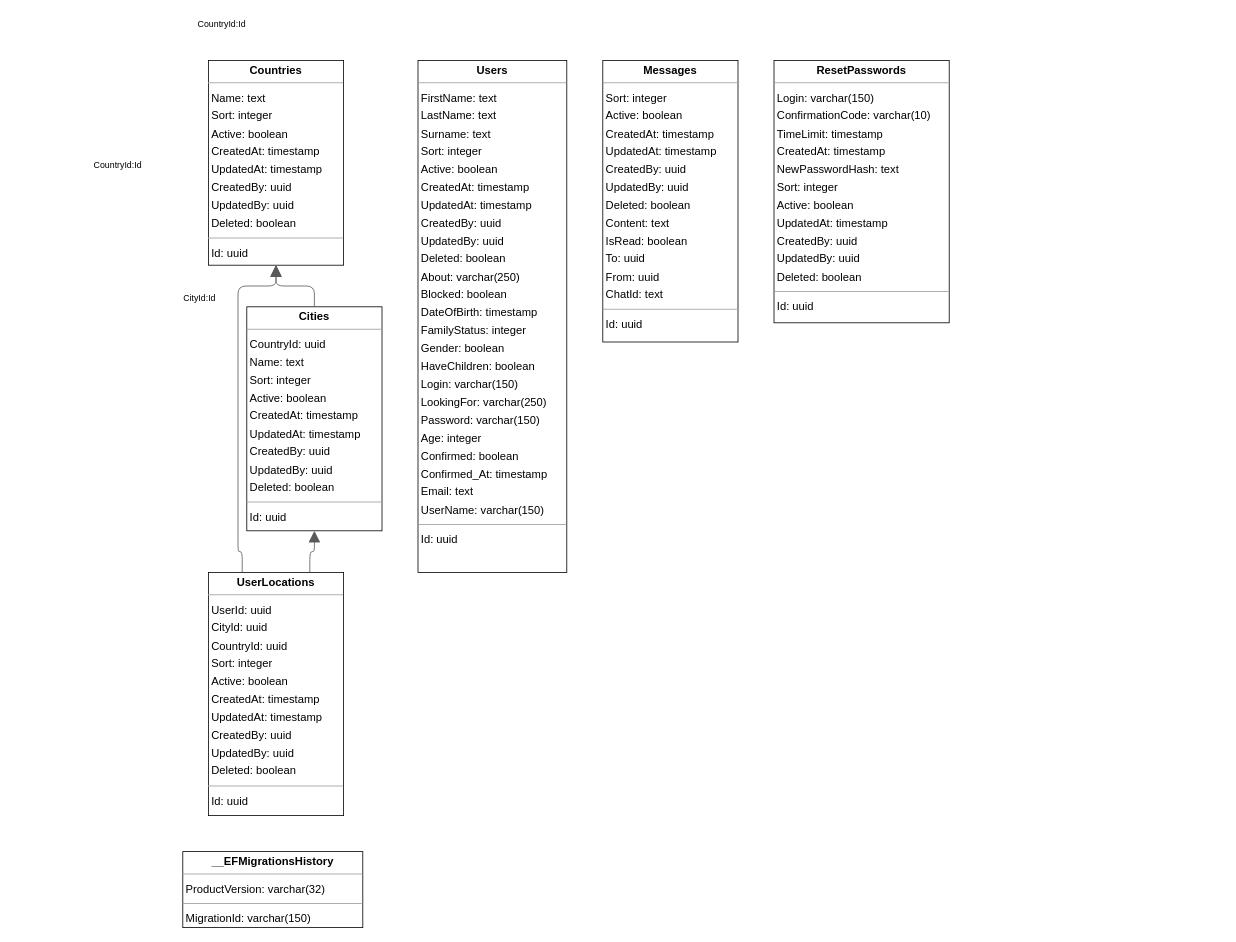
This is docs/Схема сущностей БД/public.drawio from kirill-karpin/meet4you, a draw.io file, before an edit. Source tidied: cells renumbered, new cells numbered last; positions are measured from the earlier drawing's top-left corner, leaving out a move shared by most shapes. Both pictures are drawn from the tidied source at 80%, with x=0, y=0 at pixel (182, 60).
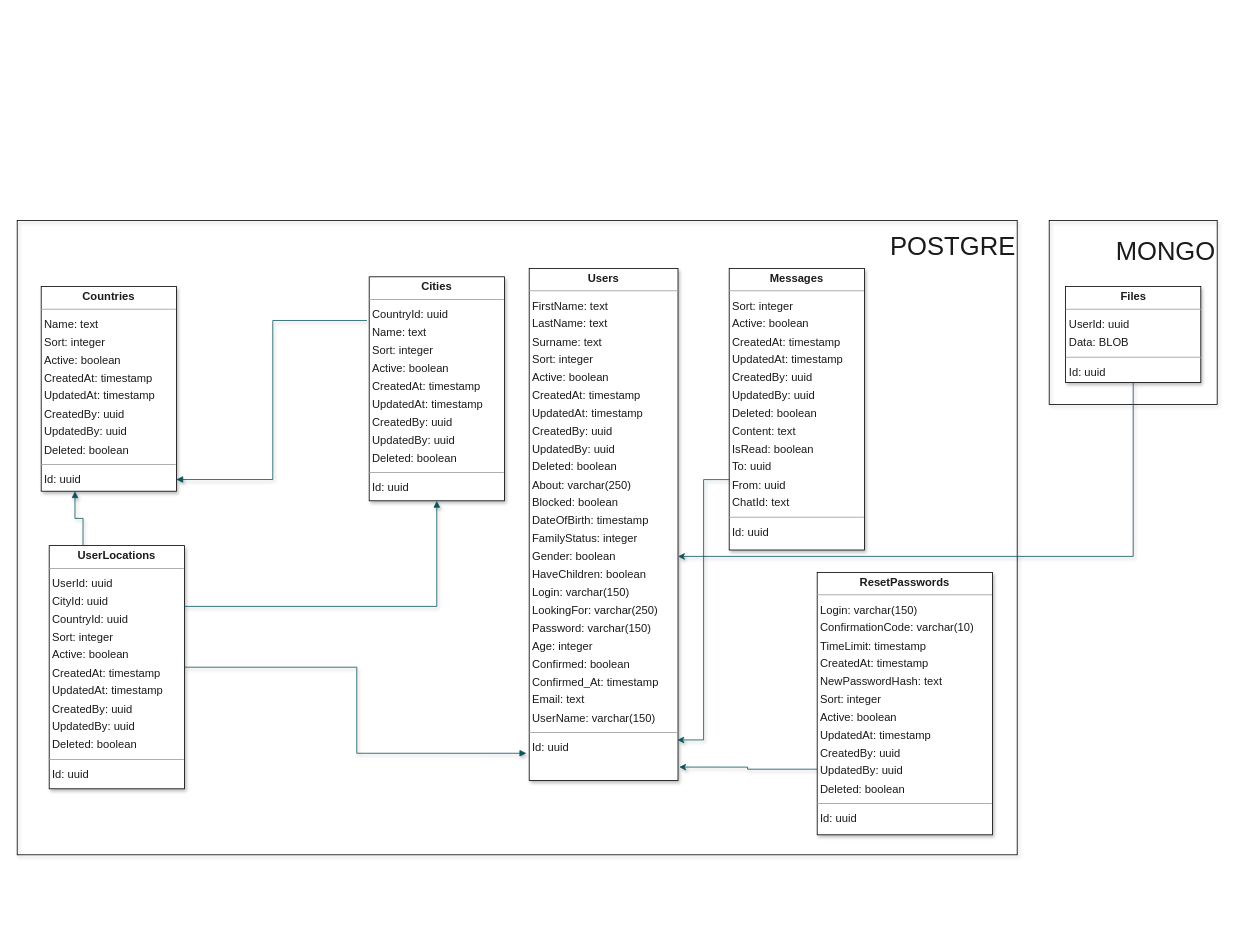
The same diagram, later.

Diff of the diagram source:
```diff
@@
-<mxGraphModel>
+<mxGraphModel background="#ffffff">
@@
+    <mxCell id="15" value="MONGO&lt;br&gt;&lt;br&gt;&lt;br&gt;&lt;br&gt;&lt;br&gt;" style="rounded=0;whiteSpace=wrap;html=1;strokeColor=#000000;fontSize=32;fontColor=#1A1A1A;fillColor=none;align=right;shadow=1;" parent="1" vertex="1">
+      <mxGeometry x="1083" y="200" width="210" height="230" as="geometry" />
+    </mxCell>
+    <mxCell id="16" value="&lt;div style=&quot;text-align: justify;&quot;&gt;&lt;span style=&quot;font-size: 32px; background-color: initial;&quot;&gt;POSTGRE&lt;/span&gt;&lt;/div&gt;&lt;div style=&quot;text-align: justify;&quot;&gt;&lt;span style=&quot;font-size: 32px; background-color: initial;&quot;&gt;&lt;br&gt;&lt;/span&gt;&lt;/div&gt;&lt;div style=&quot;text-align: justify;&quot;&gt;&lt;span style=&quot;font-size: 32px; background-color: initial;&quot;&gt;&lt;br&gt;&lt;/span&gt;&lt;/div&gt;&lt;div style=&quot;text-align: justify;&quot;&gt;&lt;span style=&quot;font-size: 32px; background-color: initial;&quot;&gt;&lt;br&gt;&lt;/span&gt;&lt;/div&gt;&lt;div style=&quot;text-align: justify;&quot;&gt;&lt;span style=&quot;font-size: 32px; background-color: initial;&quot;&gt;&lt;br&gt;&lt;/span&gt;&lt;/div&gt;&lt;div style=&quot;text-align: justify;&quot;&gt;&lt;span style=&quot;font-size: 32px; background-color: initial;&quot;&gt;&lt;br&gt;&lt;/span&gt;&lt;/div&gt;&lt;div style=&quot;text-align: justify;&quot;&gt;&lt;span style=&quot;font-size: 32px; background-color: initial;&quot;&gt;&lt;br&gt;&lt;/span&gt;&lt;/div&gt;&lt;div style=&quot;text-align: justify;&quot;&gt;&lt;span style=&quot;font-size: 32px; background-color: initial;&quot;&gt;&lt;br&gt;&lt;/span&gt;&lt;/div&gt;&lt;div style=&quot;text-align: justify;&quot;&gt;&lt;span style=&quot;font-size: 32px; background-color: initial;&quot;&gt;&lt;br&gt;&lt;/span&gt;&lt;/div&gt;&lt;div style=&quot;text-align: justify;&quot;&gt;&lt;span style=&quot;font-size: 32px; background-color: initial;&quot;&gt;&lt;br&gt;&lt;/span&gt;&lt;/div&gt;&lt;div style=&quot;text-align: justify;&quot;&gt;&lt;span style=&quot;font-size: 32px; background-color: initial;&quot;&gt;&lt;br&gt;&lt;/span&gt;&lt;/div&gt;&lt;div style=&quot;text-align: justify;&quot;&gt;&lt;span style=&quot;font-size: 32px; background-color: initial;&quot;&gt;&lt;br&gt;&lt;/span&gt;&lt;/div&gt;&lt;div style=&quot;text-align: justify;&quot;&gt;&lt;span style=&quot;font-size: 32px; background-color: initial;&quot;&gt;&lt;br&gt;&lt;/span&gt;&lt;/div&gt;&lt;div style=&quot;text-align: justify;&quot;&gt;&lt;span style=&quot;font-size: 32px; background-color: initial;&quot;&gt;&lt;br&gt;&lt;/span&gt;&lt;/div&gt;&lt;div style=&quot;text-align: justify;&quot;&gt;&lt;span style=&quot;font-size: 32px; background-color: initial;&quot;&gt;&lt;br&gt;&lt;/span&gt;&lt;/div&gt;&lt;div style=&quot;text-align: justify;&quot;&gt;&lt;span style=&quot;font-size: 32px; background-color: initial;&quot;&gt;&lt;br&gt;&lt;/span&gt;&lt;/div&gt;&lt;div style=&quot;text-align: justify;&quot;&gt;&lt;span style=&quot;font-size: 32px; background-color: initial;&quot;&gt;&lt;br&gt;&lt;/span&gt;&lt;/div&gt;&lt;div style=&quot;text-align: justify;&quot;&gt;&lt;span style=&quot;font-size: 32px; background-color: initial;&quot;&gt;&lt;br&gt;&lt;/span&gt;&lt;/div&gt;&lt;div style=&quot;text-align: justify;&quot;&gt;&lt;span style=&quot;font-size: 32px; background-color: initial;&quot;&gt;&lt;br&gt;&lt;/span&gt;&lt;/div&gt;&lt;div style=&quot;text-align: justify;&quot;&gt;&lt;span style=&quot;font-size: 32px; background-color: initial;&quot;&gt;&lt;br&gt;&lt;/span&gt;&lt;/div&gt;" style="rounded=0;whiteSpace=wrap;html=1;strokeColor=#000000;fontColor=#1A1A1A;fillColor=none;align=right;shadow=1;" parent="1" vertex="1">
+      <mxGeometry x="-207" y="200" width="1250" height="793" as="geometry" />
+    </mxCell>
-    <mxCell id="2" value="&lt;p style=&quot;margin:0px;margin-top:4px;text-align:center;&quot;&gt;&lt;b&gt;Cities&lt;/b&gt;&lt;/p&gt;&lt;hr size=&quot;1&quot;/&gt;&lt;p style=&quot;margin:0 0 0 4px;line-height:1.6;&quot;&gt; CountryId: uuid&lt;br/&gt; Name: text&lt;br/&gt; Sort: integer&lt;br/&gt; Active: boolean&lt;br/&gt; CreatedAt: timestamp&lt;br/&gt; UpdatedAt: timestamp&lt;br/&gt; CreatedBy: uuid&lt;br/&gt; UpdatedBy: uuid&lt;br/&gt; Deleted: boolean&lt;/p&gt;&lt;hr size=&quot;1&quot;/&gt;&lt;p style=&quot;margin:0 0 0 4px;line-height:1.6;&quot;&gt; Id: uuid&lt;/p&gt;" style="verticalAlign=top;align=left;overflow=fill;fontSize=14;fontFamily=Helvetica;html=1;rounded=0;shadow=0;comic=0;labelBackgroundColor=none;strokeWidth=1;" parent="1" vertex="1">
-      <mxGeometry x="80" y="308" width="169" height="280" as="geometry" />
+    <mxCell id="2" value="&lt;p style=&quot;margin:0px;margin-top:4px;text-align:center;&quot;&gt;&lt;b&gt;Cities&lt;/b&gt;&lt;/p&gt;&lt;hr size=&quot;1&quot;/&gt;&lt;p style=&quot;margin:0 0 0 4px;line-height:1.6;&quot;&gt; CountryId: uuid&lt;br/&gt; Name: text&lt;br/&gt; Sort: integer&lt;br/&gt; Active: boolean&lt;br/&gt; CreatedAt: timestamp&lt;br/&gt; UpdatedAt: timestamp&lt;br/&gt; CreatedBy: uuid&lt;br/&gt; UpdatedBy: uuid&lt;br/&gt; Deleted: boolean&lt;/p&gt;&lt;hr size=&quot;1&quot;/&gt;&lt;p style=&quot;margin:0 0 0 4px;line-height:1.6;&quot;&gt; Id: uuid&lt;/p&gt;" style="verticalAlign=top;align=left;overflow=fill;fontSize=14;fontFamily=Helvetica;html=1;rounded=0;shadow=1;comic=0;labelBackgroundColor=none;strokeWidth=1;fillColor=#FFFFFF;strokeColor=#000000;fontColor=#1A1A1A;" parent="1" vertex="1">
+      <mxGeometry x="233" y="270.5" width="169" height="280" as="geometry" />
     </mxCell>
-    <mxCell id="3" value="&lt;p style=&quot;margin:0px;margin-top:4px;text-align:center;&quot;&gt;&lt;b&gt;Countries&lt;/b&gt;&lt;/p&gt;&lt;hr size=&quot;1&quot;/&gt;&lt;p style=&quot;margin:0 0 0 4px;line-height:1.6;&quot;&gt; Name: text&lt;br/&gt; Sort: integer&lt;br/&gt; Active: boolean&lt;br/&gt; CreatedAt: timestamp&lt;br/&gt; UpdatedAt: timestamp&lt;br/&gt; CreatedBy: uuid&lt;br/&gt; UpdatedBy: uuid&lt;br/&gt; Deleted: boolean&lt;/p&gt;&lt;hr size=&quot;1&quot;/&gt;&lt;p style=&quot;margin:0 0 0 4px;line-height:1.6;&quot;&gt; Id: uuid&lt;/p&gt;" style="verticalAlign=top;align=left;overflow=fill;fontSize=14;fontFamily=Helvetica;html=1;rounded=0;shadow=0;comic=0;labelBackgroundColor=none;strokeWidth=1;" parent="1" vertex="1">
-      <mxGeometry x="32" width="169" height="256" as="geometry" />
+    <mxCell id="3" value="&lt;p style=&quot;margin:0px;margin-top:4px;text-align:center;&quot;&gt;&lt;b&gt;Countries&lt;/b&gt;&lt;/p&gt;&lt;hr size=&quot;1&quot;/&gt;&lt;p style=&quot;margin:0 0 0 4px;line-height:1.6;&quot;&gt; Name: text&lt;br/&gt; Sort: integer&lt;br/&gt; Active: boolean&lt;br/&gt; CreatedAt: timestamp&lt;br/&gt; UpdatedAt: timestamp&lt;br/&gt; CreatedBy: uuid&lt;br/&gt; UpdatedBy: uuid&lt;br/&gt; Deleted: boolean&lt;/p&gt;&lt;hr size=&quot;1&quot;/&gt;&lt;p style=&quot;margin:0 0 0 4px;line-height:1.6;&quot;&gt; Id: uuid&lt;/p&gt;" style="verticalAlign=top;align=left;overflow=fill;fontSize=14;fontFamily=Helvetica;html=1;rounded=0;shadow=1;comic=0;labelBackgroundColor=none;strokeWidth=1;fillColor=#FFFFFF;strokeColor=#000000;fontColor=#1A1A1A;" parent="1" vertex="1">
+      <mxGeometry x="-177" y="282.5" width="169" height="256" as="geometry" />
     </mxCell>
-    <mxCell id="4" value="&lt;p style=&quot;margin:0px;margin-top:4px;text-align:center;&quot;&gt;&lt;b&gt;Messages&lt;/b&gt;&lt;/p&gt;&lt;hr size=&quot;1&quot;/&gt;&lt;p style=&quot;margin:0 0 0 4px;line-height:1.6;&quot;&gt; Sort: integer&lt;br/&gt; Active: boolean&lt;br/&gt; CreatedAt: timestamp&lt;br/&gt; UpdatedAt: timestamp&lt;br/&gt; CreatedBy: uuid&lt;br/&gt; UpdatedBy: uuid&lt;br/&gt; Deleted: boolean&lt;br/&gt; Content: text&lt;br/&gt; IsRead: boolean&lt;br/&gt; To: uuid&lt;br/&gt; From: uuid&lt;br/&gt; ChatId: text&lt;/p&gt;&lt;hr size=&quot;1&quot;/&gt;&lt;p style=&quot;margin:0 0 0 4px;line-height:1.6;&quot;&gt; Id: uuid&lt;/p&gt;" style="verticalAlign=top;align=left;overflow=fill;fontSize=14;fontFamily=Helvetica;html=1;rounded=0;shadow=0;comic=0;labelBackgroundColor=none;strokeWidth=1;" parent="1" vertex="1">
-      <mxGeometry x="525" width="169" height="352" as="geometry" />
+    <mxCell id="4" value="&lt;p style=&quot;margin:0px;margin-top:4px;text-align:center;&quot;&gt;&lt;b&gt;Messages&lt;/b&gt;&lt;/p&gt;&lt;hr size=&quot;1&quot;/&gt;&lt;p style=&quot;margin:0 0 0 4px;line-height:1.6;&quot;&gt; Sort: integer&lt;br/&gt; Active: boolean&lt;br/&gt; CreatedAt: timestamp&lt;br/&gt; UpdatedAt: timestamp&lt;br/&gt; CreatedBy: uuid&lt;br/&gt; UpdatedBy: uuid&lt;br/&gt; Deleted: boolean&lt;br/&gt; Content: text&lt;br/&gt; IsRead: boolean&lt;br/&gt; To: uuid&lt;br/&gt; From: uuid&lt;br/&gt; ChatId: text&lt;/p&gt;&lt;hr size=&quot;1&quot;/&gt;&lt;p style=&quot;margin:0 0 0 4px;line-height:1.6;&quot;&gt; Id: uuid&lt;/p&gt;" style="verticalAlign=top;align=left;overflow=fill;fontSize=14;fontFamily=Helvetica;html=1;rounded=0;shadow=1;comic=0;labelBackgroundColor=none;strokeWidth=1;strokeColor=#000000;fillColor=#FFFFFF;fontColor=#1A1A1A;" parent="1" vertex="1">
+      <mxGeometry x="683" y="260" width="169" height="352" as="geometry" />
     </mxCell>
-    <mxCell id="5" value="&lt;p style=&quot;margin:0px;margin-top:4px;text-align:center;&quot;&gt;&lt;b&gt;ResetPasswords&lt;/b&gt;&lt;/p&gt;&lt;hr size=&quot;1&quot;/&gt;&lt;p style=&quot;margin:0 0 0 4px;line-height:1.6;&quot;&gt; Login: varchar(150)&lt;br/&gt; ConfirmationCode: varchar(10)&lt;br/&gt; TimeLimit: timestamp&lt;br/&gt; CreatedAt: timestamp&lt;br/&gt; NewPasswordHash: text&lt;br/&gt; Sort: integer&lt;br/&gt; Active: boolean&lt;br/&gt; UpdatedAt: timestamp&lt;br/&gt; CreatedBy: uuid&lt;br/&gt; UpdatedBy: uuid&lt;br/&gt; Deleted: boolean&lt;/p&gt;&lt;hr size=&quot;1&quot;/&gt;&lt;p style=&quot;margin:0 0 0 4px;line-height:1.6;&quot;&gt; Id: uuid&lt;/p&gt;" style="verticalAlign=top;align=left;overflow=fill;fontSize=14;fontFamily=Helvetica;html=1;rounded=0;shadow=0;comic=0;labelBackgroundColor=none;strokeWidth=1;" parent="1" vertex="1">
-      <mxGeometry x="739" width="219" height="328" as="geometry" />
+    <mxCell id="5" value="&lt;p style=&quot;margin:0px;margin-top:4px;text-align:center;&quot;&gt;&lt;b&gt;ResetPasswords&lt;/b&gt;&lt;/p&gt;&lt;hr size=&quot;1&quot;/&gt;&lt;p style=&quot;margin:0 0 0 4px;line-height:1.6;&quot;&gt; Login: varchar(150)&lt;br/&gt; ConfirmationCode: varchar(10)&lt;br/&gt; TimeLimit: timestamp&lt;br/&gt; CreatedAt: timestamp&lt;br/&gt; NewPasswordHash: text&lt;br/&gt; Sort: integer&lt;br/&gt; Active: boolean&lt;br/&gt; UpdatedAt: timestamp&lt;br/&gt; CreatedBy: uuid&lt;br/&gt; UpdatedBy: uuid&lt;br/&gt; Deleted: boolean&lt;/p&gt;&lt;hr size=&quot;1&quot;/&gt;&lt;p style=&quot;margin:0 0 0 4px;line-height:1.6;&quot;&gt; Id: uuid&lt;/p&gt;" style="verticalAlign=top;align=left;overflow=fill;fontSize=14;fontFamily=Helvetica;html=1;rounded=0;shadow=1;comic=0;labelBackgroundColor=none;strokeWidth=1;fillColor=#FFFFFF;strokeColor=#000000;fontColor=#1A1A1A;" parent="1" vertex="1">
+      <mxGeometry x="793" y="640" width="219" height="328" as="geometry" />
     </mxCell>
-    <mxCell id="6" value="&lt;p style=&quot;margin:0px;margin-top:4px;text-align:center;&quot;&gt;&lt;b&gt;UserLocations&lt;/b&gt;&lt;/p&gt;&lt;hr size=&quot;1&quot;/&gt;&lt;p style=&quot;margin:0 0 0 4px;line-height:1.6;&quot;&gt; UserId: uuid&lt;br/&gt; CityId: uuid&lt;br/&gt; CountryId: uuid&lt;br/&gt; Sort: integer&lt;br/&gt; Active: boolean&lt;br/&gt; CreatedAt: timestamp&lt;br/&gt; UpdatedAt: timestamp&lt;br/&gt; CreatedBy: uuid&lt;br/&gt; UpdatedBy: uuid&lt;br/&gt; Deleted: boolean&lt;/p&gt;&lt;hr size=&quot;1&quot;/&gt;&lt;p style=&quot;margin:0 0 0 4px;line-height:1.6;&quot;&gt; Id: uuid&lt;/p&gt;" style="verticalAlign=top;align=left;overflow=fill;fontSize=14;fontFamily=Helvetica;html=1;rounded=0;shadow=0;comic=0;labelBackgroundColor=none;strokeWidth=1;" parent="1" vertex="1">
-      <mxGeometry x="32" y="640" width="169" height="304" as="geometry" />
+    <mxCell id="6" value="&lt;p style=&quot;margin:0px;margin-top:4px;text-align:center;&quot;&gt;&lt;b&gt;UserLocations&lt;/b&gt;&lt;/p&gt;&lt;hr size=&quot;1&quot;/&gt;&lt;p style=&quot;margin:0 0 0 4px;line-height:1.6;&quot;&gt; UserId: uuid&lt;br/&gt; CityId: uuid&lt;br/&gt; CountryId: uuid&lt;br/&gt; Sort: integer&lt;br/&gt; Active: boolean&lt;br/&gt; CreatedAt: timestamp&lt;br/&gt; UpdatedAt: timestamp&lt;br/&gt; CreatedBy: uuid&lt;br/&gt; UpdatedBy: uuid&lt;br/&gt; Deleted: boolean&lt;/p&gt;&lt;hr size=&quot;1&quot;/&gt;&lt;p style=&quot;margin:0 0 0 4px;line-height:1.6;&quot;&gt; Id: uuid&lt;/p&gt;" style="verticalAlign=top;align=left;overflow=fill;fontSize=14;fontFamily=Helvetica;html=1;rounded=0;shadow=1;comic=0;labelBackgroundColor=none;strokeWidth=1;fillColor=#FFFFFF;strokeColor=#000000;fontColor=#1A1A1A;" parent="1" vertex="1">
+      <mxGeometry x="-167" y="606.5" width="169" height="304" as="geometry" />
     </mxCell>
-    <mxCell id="7" value="&lt;p style=&quot;margin:0px;margin-top:4px;text-align:center;&quot;&gt;&lt;b&gt;Users&lt;/b&gt;&lt;/p&gt;&lt;hr size=&quot;1&quot;/&gt;&lt;p style=&quot;margin:0 0 0 4px;line-height:1.6;&quot;&gt; FirstName: text&lt;br/&gt; LastName: text&lt;br/&gt; Surname: text&lt;br/&gt; Sort: integer&lt;br/&gt; Active: boolean&lt;br/&gt; CreatedAt: timestamp&lt;br/&gt; UpdatedAt: timestamp&lt;br/&gt; CreatedBy: uuid&lt;br/&gt; UpdatedBy: uuid&lt;br/&gt; Deleted: boolean&lt;br/&gt; About: varchar(250)&lt;br/&gt; Blocked: boolean&lt;br/&gt; DateOfBirth: timestamp&lt;br/&gt; FamilyStatus: integer&lt;br/&gt; Gender: boolean&lt;br/&gt; HaveChildren: boolean&lt;br/&gt; Login: varchar(150)&lt;br/&gt; LookingFor: varchar(250)&lt;br/&gt; Password: varchar(150)&lt;br/&gt; Age: integer&lt;br/&gt; Confirmed: boolean&lt;br/&gt; Confirmed_At: timestamp&lt;br/&gt; Email: text&lt;br/&gt; UserName: varchar(150)&lt;/p&gt;&lt;hr size=&quot;1&quot;/&gt;&lt;p style=&quot;margin:0 0 0 4px;line-height:1.6;&quot;&gt; Id: uuid&lt;/p&gt;" style="verticalAlign=top;align=left;overflow=fill;fontSize=14;fontFamily=Helvetica;html=1;rounded=0;shadow=0;comic=0;labelBackgroundColor=none;strokeWidth=1;" parent="1" vertex="1">
-      <mxGeometry x="294" width="186" height="640" as="geometry" />
+    <mxCell id="7" value="&lt;p style=&quot;margin:0px;margin-top:4px;text-align:center;&quot;&gt;&lt;b&gt;Users&lt;/b&gt;&lt;/p&gt;&lt;hr size=&quot;1&quot;/&gt;&lt;p style=&quot;margin:0 0 0 4px;line-height:1.6;&quot;&gt; FirstName: text&lt;br/&gt; LastName: text&lt;br/&gt; Surname: text&lt;br/&gt; Sort: integer&lt;br/&gt; Active: boolean&lt;br/&gt; CreatedAt: timestamp&lt;br/&gt; UpdatedAt: timestamp&lt;br/&gt; CreatedBy: uuid&lt;br/&gt; UpdatedBy: uuid&lt;br/&gt; Deleted: boolean&lt;br/&gt; About: varchar(250)&lt;br/&gt; Blocked: boolean&lt;br/&gt; DateOfBirth: timestamp&lt;br/&gt; FamilyStatus: integer&lt;br/&gt; Gender: boolean&lt;br/&gt; HaveChildren: boolean&lt;br/&gt; Login: varchar(150)&lt;br/&gt; LookingFor: varchar(250)&lt;br/&gt; Password: varchar(150)&lt;br/&gt; Age: integer&lt;br/&gt; Confirmed: boolean&lt;br/&gt; Confirmed_At: timestamp&lt;br/&gt; Email: text&lt;br/&gt; UserName: varchar(150)&lt;/p&gt;&lt;hr size=&quot;1&quot;/&gt;&lt;p style=&quot;margin:0 0 0 4px;line-height:1.6;&quot;&gt; Id: uuid&lt;/p&gt;" style="verticalAlign=top;align=left;overflow=fill;fontSize=14;fontFamily=Helvetica;html=1;rounded=0;shadow=1;comic=0;labelBackgroundColor=none;strokeWidth=1;fillColor=#FFFFFF;strokeColor=#000000;fontColor=#1A1A1A;" parent="1" vertex="1">
+      <mxGeometry x="433" y="260" width="186" height="640" as="geometry" />
     </mxCell>
-    <mxCell id="8" value="&lt;p style=&quot;margin:0px;margin-top:4px;text-align:center;&quot;&gt;&lt;b&gt;__EFMigrationsHistory&lt;/b&gt;&lt;/p&gt;&lt;hr size=&quot;1&quot;/&gt;&lt;p style=&quot;margin:0 0 0 4px;line-height:1.6;&quot;&gt; ProductVersion: varchar(32)&lt;/p&gt;&lt;hr size=&quot;1&quot;/&gt;&lt;p style=&quot;margin:0 0 0 4px;line-height:1.6;&quot;&gt; MigrationId: varchar(150)&lt;/p&gt;" style="verticalAlign=top;align=left;overflow=fill;fontSize=14;fontFamily=Helvetica;html=1;rounded=0;shadow=0;comic=0;labelBackgroundColor=none;strokeWidth=1;" parent="1" vertex="1">
-      <mxGeometry y="989" width="225" height="95" as="geometry" />
-    </mxCell>
-    <mxCell id="9" style="html=1;rounded=1;edgeStyle=orthogonalEdgeStyle;dashed=0;startArrow=none;endArrow=block;endSize=12;strokeColor=#595959;exitX=0.500;exitY=0.000;exitDx=0;exitDy=0;entryX=0.500;entryY=1.000;entryDx=0;entryDy=0;" parent="1" edge="1" source="2" target="3">
-      <mxGeometry relative="1" as="geometry">
-        <Array as="points">
-          <mxPoint x="164" y="282" />
-          <mxPoint x="117" y="282" />
-        </Array>
-      </mxGeometry>
+    <mxCell id="9" style="html=1;rounded=0;edgeStyle=orthogonalEdgeStyle;dashed=0;startArrow=none;endArrow=block;endSize=6;exitX=-0.017;exitY=0.195;exitDx=0;exitDy=0;entryX=0.999;entryY=0.943;entryDx=0;entryDy=0;strokeColor=#09555B;fontColor=#1A1A1A;entryPerimeter=0;exitPerimeter=0;shadow=1;" parent="1" edge="1" source="2" target="3">
+      <mxGeometry relative="1" as="geometry" />
     </mxCell>
-    <mxCell id="10" value="CountryId:Id" style="edgeLabel;html=1;align=left;verticalAlign=top;strokeColor=default;" parent="9" vertex="1">
-      <mxGeometry x="17" y="-58" as="geometry" />
-    </mxCell>
-    <mxCell id="11" style="html=1;rounded=1;edgeStyle=orthogonalEdgeStyle;dashed=0;startArrow=none;endArrow=block;endSize=12;strokeColor=#595959;exitX=0.750;exitY=0.000;exitDx=0;exitDy=0;entryX=0.500;entryY=1.000;entryDx=0;entryDy=0;" parent="1" edge="1" source="6" target="2">
-      <mxGeometry relative="1" as="geometry">
-        <Array as="points">
-          <mxPoint x="159" y="614" />
-          <mxPoint x="164" y="614" />
-        </Array>
-      </mxGeometry>
+    <mxCell id="11" style="html=1;rounded=0;dashed=0;startArrow=none;endArrow=block;endSize=6;exitX=1;exitY=0.5;exitDx=0;exitDy=0;strokeColor=#09555B;fontColor=#1A1A1A;edgeStyle=orthogonalEdgeStyle;entryX=-0.019;entryY=0.947;entryDx=0;entryDy=0;entryPerimeter=0;shadow=1;" parent="1" edge="1" source="6" target="7">
+      <mxGeometry relative="1" as="geometry" />
     </mxCell>
-    <mxCell id="12" value="CityId:Id" style="edgeLabel;html=1;align=left;verticalAlign=top;strokeColor=default;" parent="11" vertex="1">
-      <mxGeometry x="-1" y="284" as="geometry" />
-    </mxCell>
-    <mxCell id="13" style="html=1;rounded=1;edgeStyle=orthogonalEdgeStyle;dashed=0;startArrow=none;endArrow=block;endSize=12;strokeColor=#595959;exitX=0.250;exitY=0.000;exitDx=0;exitDy=0;entryX=0.500;entryY=1.000;entryDx=0;entryDy=0;" parent="1" edge="1" source="6" target="3">
-      <mxGeometry relative="1" as="geometry">
-        <Array as="points">
-          <mxPoint x="74" y="614" />
-          <mxPoint x="69" y="614" />
-          <mxPoint x="69" y="282" />
-          <mxPoint x="117" y="282" />
-        </Array>
-      </mxGeometry>
+    <mxCell id="13" style="html=1;rounded=0;dashed=0;startArrow=none;endArrow=block;endSize=6;strokeColor=#09555B;fontColor=#1A1A1A;exitX=1;exitY=0.25;exitDx=0;exitDy=0;shadow=1;edgeStyle=orthogonalEdgeStyle;" parent="1" edge="1" source="6" target="2">
+      <mxGeometry relative="1" as="geometry" />
     </mxCell>
-    <mxCell id="14" value="CountryId:Id" style="edgeLabel;html=1;align=left;verticalAlign=top;strokeColor=default;" parent="13" vertex="1">
-      <mxGeometry x="-113" y="118" as="geometry" />
-    </mxCell>
+    <mxCell id="17" value="&lt;p style=&quot;margin:0px;margin-top:4px;text-align:center;&quot;&gt;&lt;b&gt;Files&lt;/b&gt;&lt;/p&gt;&lt;hr size=&quot;1&quot;&gt;&lt;p style=&quot;margin:0 0 0 4px;line-height:1.6;&quot;&gt;UserId: uuid&lt;br&gt; Data: BLOB&lt;/p&gt;&lt;hr size=&quot;1&quot;&gt;&lt;p style=&quot;margin:0 0 0 4px;line-height:1.6;&quot;&gt; Id: uuid&lt;/p&gt;" style="verticalAlign=top;align=left;overflow=fill;fontSize=14;fontFamily=Helvetica;html=1;rounded=0;shadow=1;comic=0;labelBackgroundColor=none;strokeWidth=1;strokeColor=#000000;fillColor=#FFFFFF;fontColor=#1A1A1A;" parent="1" vertex="1">
+      <mxGeometry x="1103.5" y="282.5" width="169" height="120" as="geometry" />
+    </mxCell>
+    <mxCell id="18" style="endArrow=classic;startArrow=none;html=1;rounded=0;strokeColor=#09555B;fontColor=#1A1A1A;edgeStyle=orthogonalEdgeStyle;endFill=1;startFill=0;shadow=1;" parent="1" edge="1" source="17" target="7">
+      <mxGeometry relative="1" as="geometry">
+        <Array as="points">
+          <mxPoint x="483" y="620" />
+        </Array>
+      </mxGeometry>
+    </mxCell>
+    <mxCell id="19" style="endArrow=none;startArrow=classic;html=1;rounded=0;strokeColor=#09555B;fontColor=#1A1A1A;exitX=0.996;exitY=0.921;exitDx=0;exitDy=0;exitPerimeter=0;entryX=0;entryY=0.75;entryDx=0;entryDy=0;edgeStyle=orthogonalEdgeStyle;endFill=0;shadow=1;" parent="1" edge="1" source="7" target="4">
+      <mxGeometry relative="1" as="geometry" />
+    </mxCell>
+    <mxCell id="20" style="endArrow=classic;startArrow=none;html=1;rounded=0;strokeColor=#09555B;fontColor=#1A1A1A;exitX=0;exitY=0.75;exitDx=0;exitDy=0;endFill=1;startFill=0;edgeStyle=orthogonalEdgeStyle;entryX=1.008;entryY=0.974;entryDx=0;entryDy=0;entryPerimeter=0;shadow=1;" parent="1" edge="1" source="5" target="7">
+      <mxGeometry relative="1" as="geometry" />
+    </mxCell>
+    <mxCell id="21" style="endArrow=block;startArrow=none;html=1;rounded=0;strokeColor=#09555B;fontColor=#1A1A1A;entryX=0.25;entryY=1;entryDx=0;entryDy=0;exitX=0.25;exitY=0;exitDx=0;exitDy=0;edgeStyle=orthogonalEdgeStyle;endFill=1;startFill=0;shadow=1;" parent="1" edge="1" source="6" target="3">
+      <mxGeometry relative="1" as="geometry" />
+    </mxCell>
```
